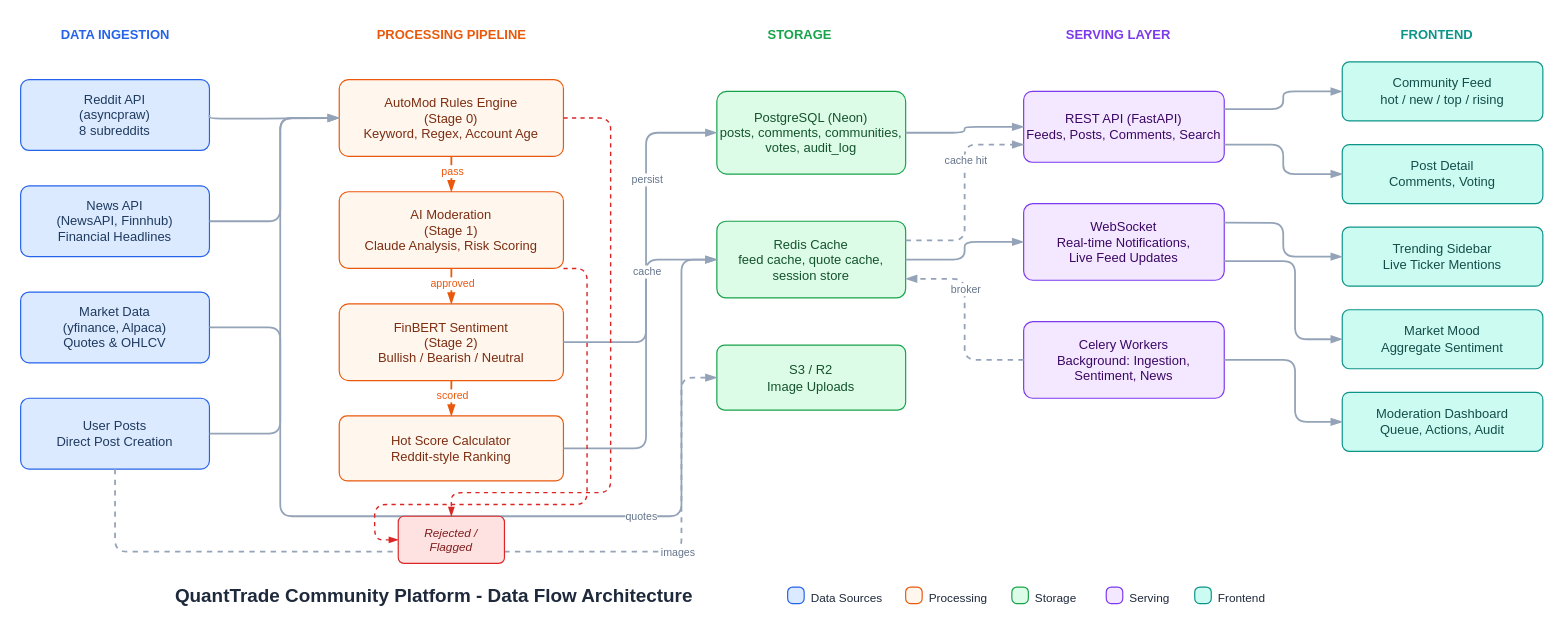
Above: docs/community-data-flow.drawio in YashJoshi2109/QuantTrade-AI (draw.io), before the change. Source tidied: cells renumbered, new cells numbered last; positions are measured from the earlier drawing's top-left corner, leaving out a move shared by most shapes. Both pictures are drawn from the tidied source at 118%, with x=0, y=0 at pixel (20, 20).
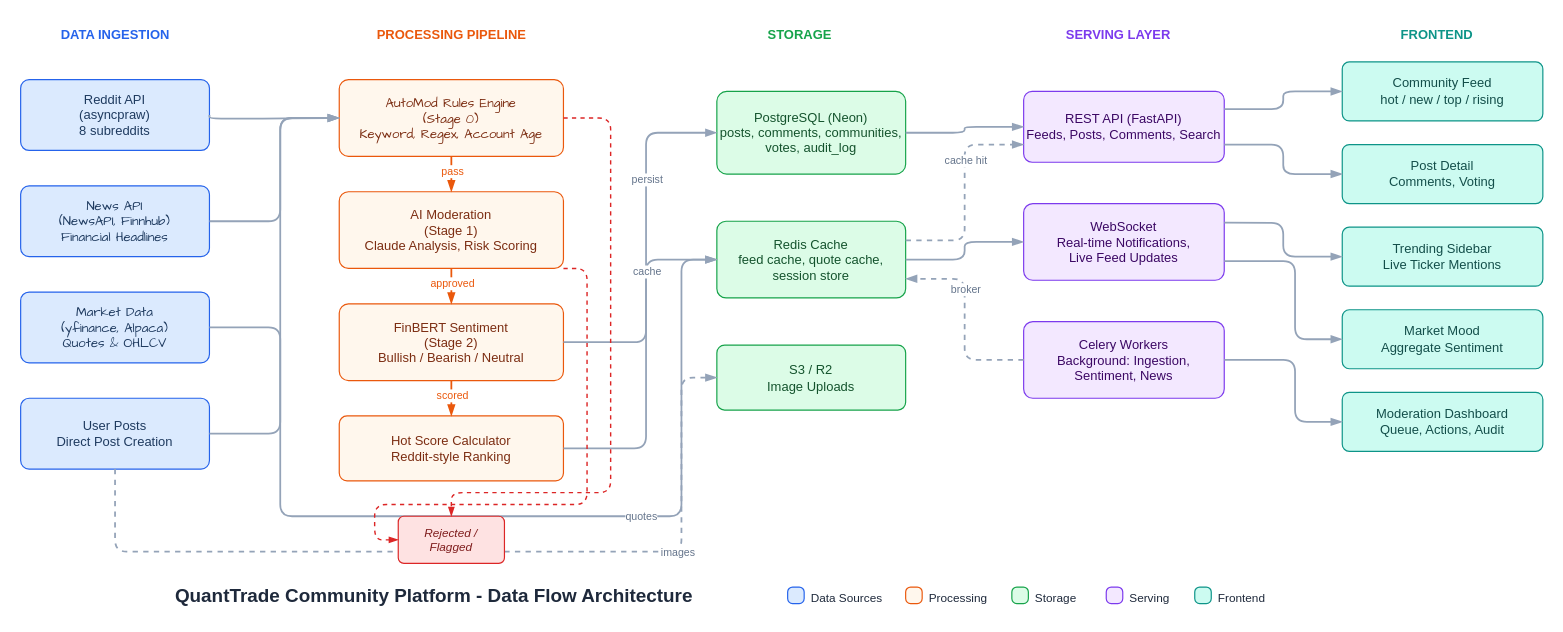
The same page after the edit.

Diff of the diagram source:
```diff
@@
-    <mxCell id="8" value="News API&#10;(NewsAPI, Finnhub)&#10;Financial Headlines" style="rounded=1;whiteSpace=wrap;html=1;fillColor=#DBEAFE;strokeColor=#2563EB;fontColor=#1E3A5F;fontSize=11;fontStyle=0;arcSize=12;" parent="1" vertex="1">
+    <mxCell id="8" value="&lt;font face=&quot;Comic Sans MS&quot;&gt;News API&lt;br&gt;(NewsAPI, Finnhub)&lt;br&gt;Financial Headlines&lt;/font&gt;" style="rounded=1;whiteSpace=wrap;html=1;fillColor=#DBEAFE;strokeColor=#2563EB;fontColor=#1E3A5F;fontSize=11;fontStyle=0;arcSize=12;" parent="1" vertex="1">
       <mxGeometry y="140" width="160" height="60" as="geometry" />
     </mxCell>
-    <mxCell id="9" value="Market Data&#10;(yfinance, Alpaca)&#10;Quotes &amp; OHLCV" style="rounded=1;whiteSpace=wrap;html=1;fillColor=#DBEAFE;strokeColor=#2563EB;fontColor=#1E3A5F;fontSize=11;fontStyle=0;arcSize=12;" parent="1" vertex="1">
+    <mxCell id="9" value="&lt;font face=&quot;Comic Sans MS&quot;&gt;Market Data&lt;br&gt;(yfinance, Alpaca)&lt;br&gt;Quotes &amp;amp; OHLCV&lt;/font&gt;" style="rounded=1;whiteSpace=wrap;html=1;fillColor=#DBEAFE;strokeColor=#2563EB;fontColor=#1E3A5F;fontSize=11;fontStyle=0;arcSize=12;" parent="1" vertex="1">
       <mxGeometry y="230" width="160" height="60" as="geometry" />
     </mxCell>
@@
-    <mxCell id="11" value="AutoMod Rules Engine&#10;(Stage 0)&#10;Keyword, Regex, Account Age" style="rounded=1;whiteSpace=wrap;html=1;fillColor=#FFF7ED;strokeColor=#EA580C;fontColor=#7C2D12;fontSize=11;fontStyle=0;arcSize=12;" parent="1" vertex="1">
+    <mxCell id="11" value="&lt;font face=&quot;Comic Sans MS&quot;&gt;AutoMod Rules Engine&lt;br&gt;(Stage 0)&lt;br&gt;Keyword, Regex, Account Age&lt;/font&gt;" style="rounded=1;whiteSpace=wrap;html=1;fillColor=#FFF7ED;strokeColor=#EA580C;fontColor=#7C2D12;fontSize=11;fontStyle=0;arcSize=12;" parent="1" vertex="1">
       <mxGeometry x="270" y="50" width="190" height="65" as="geometry" />
     </mxCell>
```
